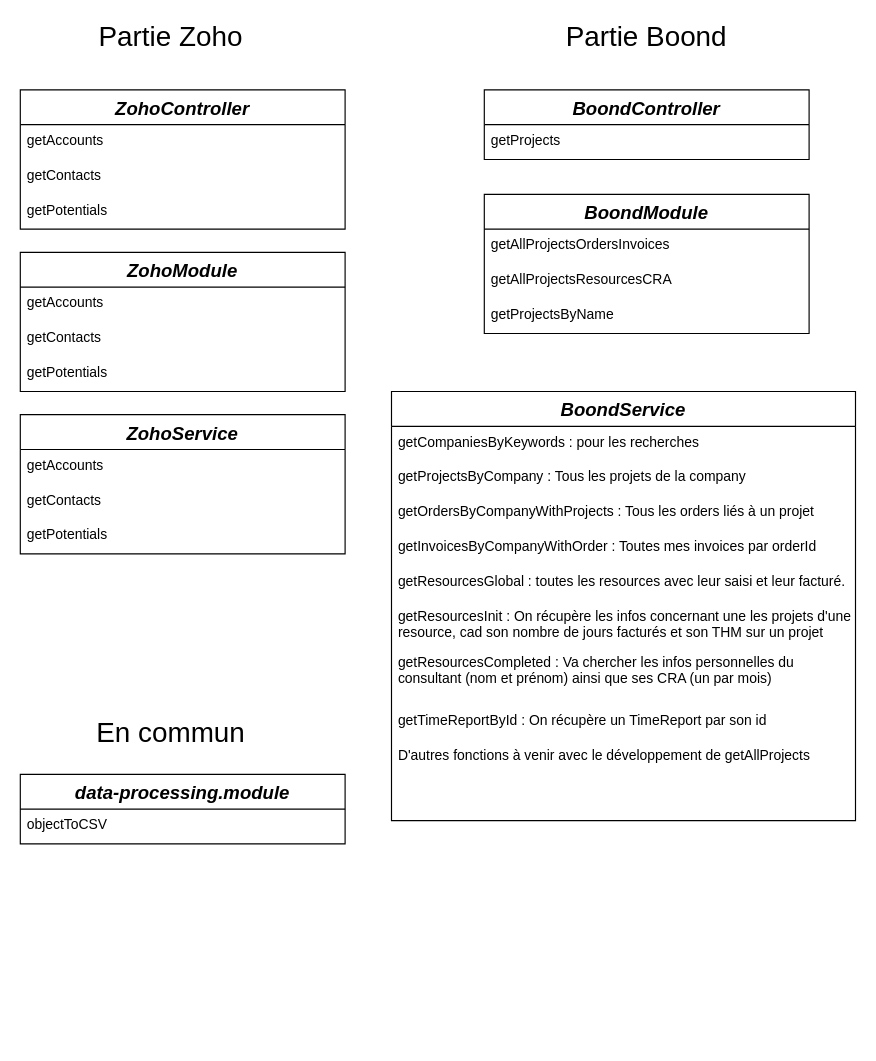
The draw.io diagram page "diagramme_classes" (3 of 6) of diagrams/Routes & Classes.drawio in the-next-dimitri/documentation-ROBI, before the edit. Source tidied: cells renumbered, new cells numbered last; positions are measured from the earlier drawing's top-left corner, leaving out a move shared by most shapes. Both pictures are drawn from the tidied source at 116%, with x=0, y=0 at pixel (20, 20).
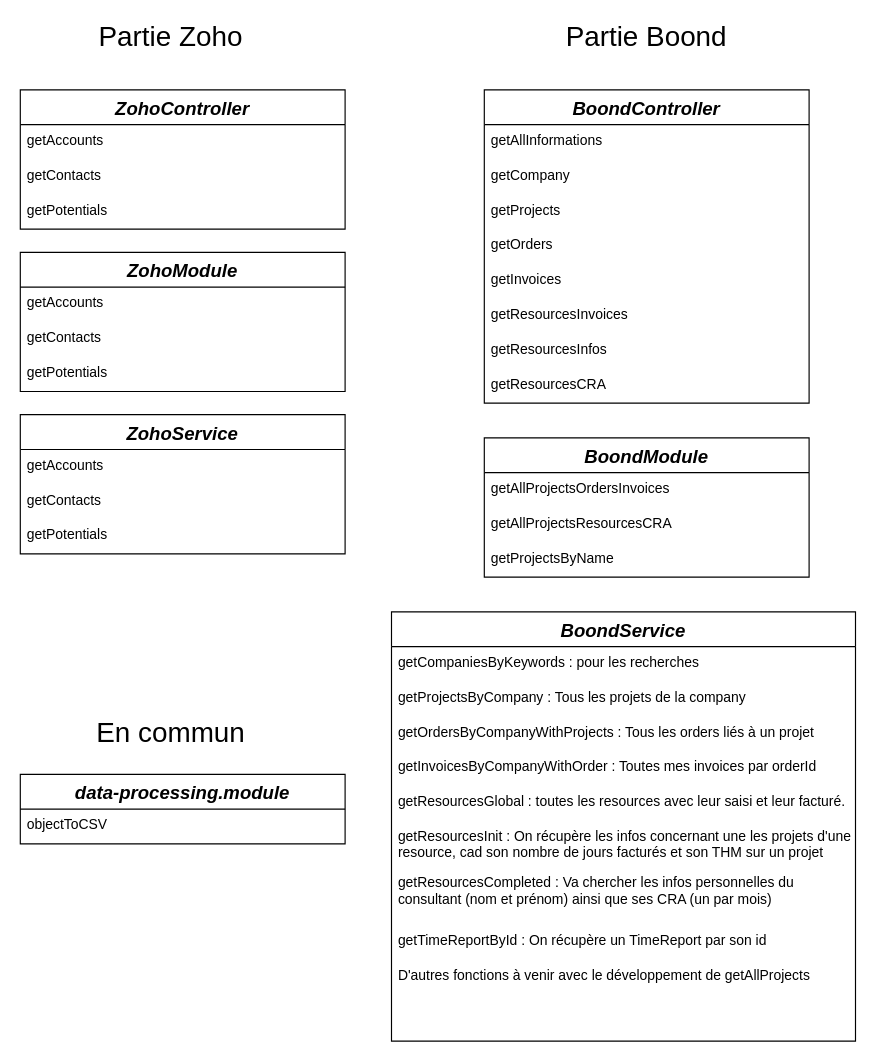
The same diagram, later.

The edit, as a diff of the source:
```diff
@@
     <mxCell id="6" value="BoondController" style="swimlane;fontStyle=3;align=center;verticalAlign=top;horizontal=1;startSize=30;rounded=0;shadow=0;strokeWidth=1;fontSize=16;" parent="1" vertex="1">
-      <mxGeometry x="400" y="60" width="280" height="60" as="geometry" />
+      <mxGeometry x="400" y="60" width="280" height="270" as="geometry" />
     </mxCell>
-    <mxCell id="7" value="getProjects" style="text;align=left;verticalAlign=top;spacingLeft=4;spacingRight=4;overflow=hidden;rounded=0;shadow=0;html=0;fontSize=12;" parent="6" vertex="1">
+    <mxCell id="7" value="getAllInformations" style="text;align=left;verticalAlign=top;spacingLeft=4;spacingRight=4;overflow=hidden;rounded=0;shadow=0;html=0;fontSize=12;" parent="6" vertex="1">
       <mxGeometry y="30" width="280" height="30" as="geometry" />
     </mxCell>
+    <mxCell id="35" value="getCompany" style="text;align=left;verticalAlign=top;spacingLeft=4;spacingRight=4;overflow=hidden;rounded=0;shadow=0;html=0;fontSize=12;" parent="6" vertex="1">
+      <mxGeometry y="60" width="280" height="30" as="geometry" />
+    </mxCell>
+    <mxCell id="36" value="getProjects" style="text;align=left;verticalAlign=top;spacingLeft=4;spacingRight=4;overflow=hidden;rounded=0;shadow=0;html=0;fontSize=12;" parent="6" vertex="1">
+      <mxGeometry y="90" width="280" height="30" as="geometry" />
+    </mxCell>
+    <mxCell id="37" value="getOrders" style="text;align=left;verticalAlign=top;spacingLeft=4;spacingRight=4;overflow=hidden;rounded=0;shadow=0;html=0;fontSize=12;" parent="6" vertex="1">
+      <mxGeometry y="120" width="280" height="30" as="geometry" />
+    </mxCell>
+    <mxCell id="38" value="getInvoices" style="text;align=left;verticalAlign=top;spacingLeft=4;spacingRight=4;overflow=hidden;rounded=0;shadow=0;html=0;fontSize=12;" parent="6" vertex="1">
+      <mxGeometry y="150" width="280" height="30" as="geometry" />
+    </mxCell>
+    <mxCell id="39" value="getResourcesInvoices" style="text;align=left;verticalAlign=top;spacingLeft=4;spacingRight=4;overflow=hidden;rounded=0;shadow=0;html=0;fontSize=12;" parent="6" vertex="1">
+      <mxGeometry y="180" width="280" height="30" as="geometry" />
+    </mxCell>
+    <mxCell id="40" value="getResourcesInfos" style="text;align=left;verticalAlign=top;spacingLeft=4;spacingRight=4;overflow=hidden;rounded=0;shadow=0;html=0;fontSize=12;" parent="6" vertex="1">
+      <mxGeometry y="210" width="280" height="30" as="geometry" />
+    </mxCell>
+    <mxCell id="41" value="getResourcesCRA" style="text;align=left;verticalAlign=top;spacingLeft=4;spacingRight=4;overflow=hidden;rounded=0;shadow=0;html=0;fontSize=12;" parent="6" vertex="1">
+      <mxGeometry y="240" width="280" height="30" as="geometry" />
+    </mxCell>
@@
     <mxCell id="16" value="BoondModule" style="swimlane;fontStyle=3;align=center;verticalAlign=top;horizontal=1;startSize=30;rounded=0;shadow=0;strokeWidth=1;fontSize=16;" parent="1" vertex="1">
-      <mxGeometry x="400" y="150" width="280" height="120" as="geometry" />
+      <mxGeometry x="400" y="360" width="280" height="120" as="geometry" />
     </mxCell>
@@
     <mxCell id="20" value="BoondService" style="swimlane;fontStyle=3;align=center;verticalAlign=top;horizontal=1;startSize=30;rounded=0;shadow=0;strokeWidth=1;fontSize=16;" parent="1" vertex="1">
-      <mxGeometry x="320" y="320" width="400" height="370" as="geometry" />
+      <mxGeometry x="320" y="510" width="400" height="370" as="geometry" />
     </mxCell>
```
